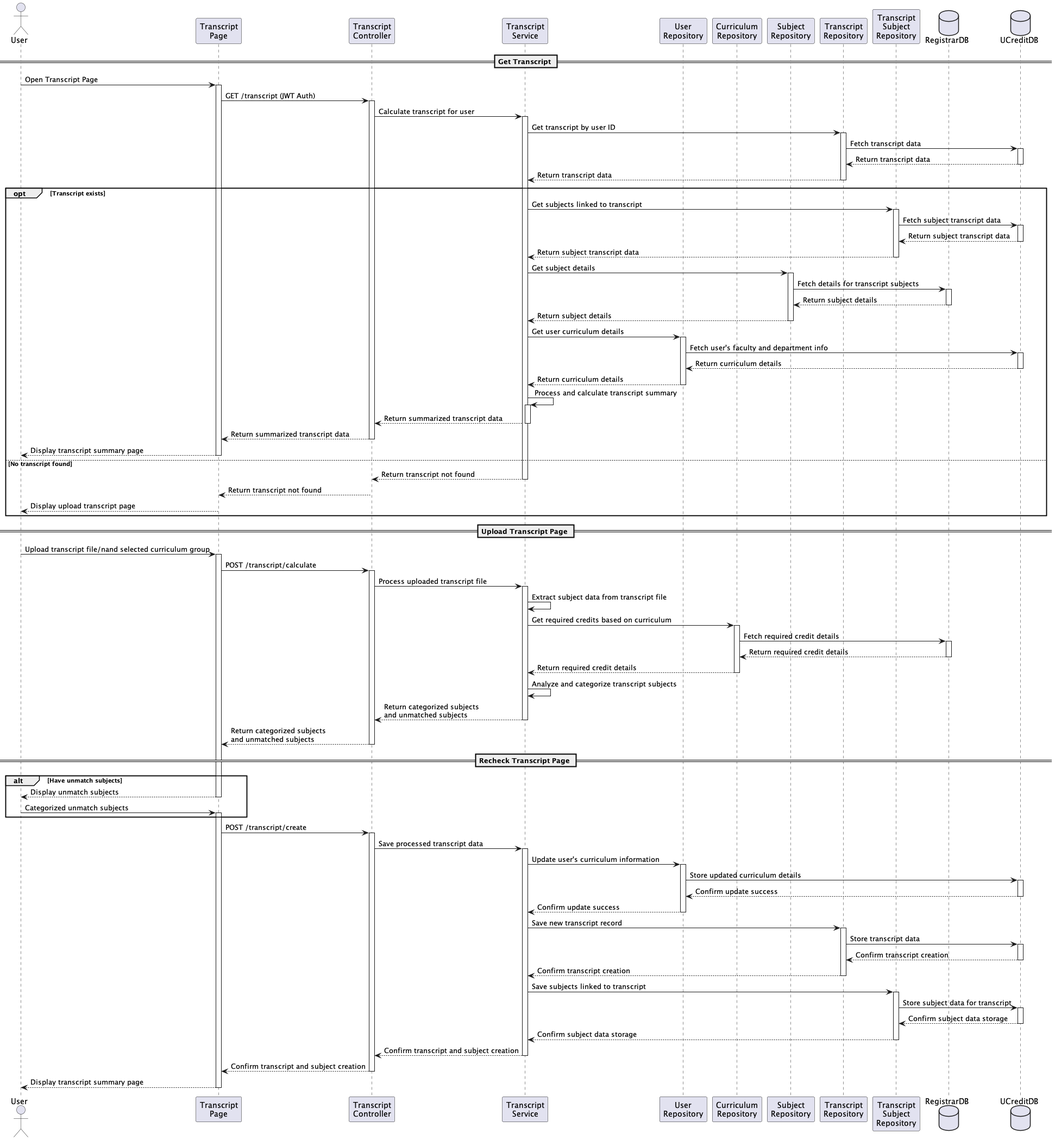
Above: out/diagram/transcript-page-sequence-component/Transcript Page.png in u-credit/solution (PlantUML), before the change.
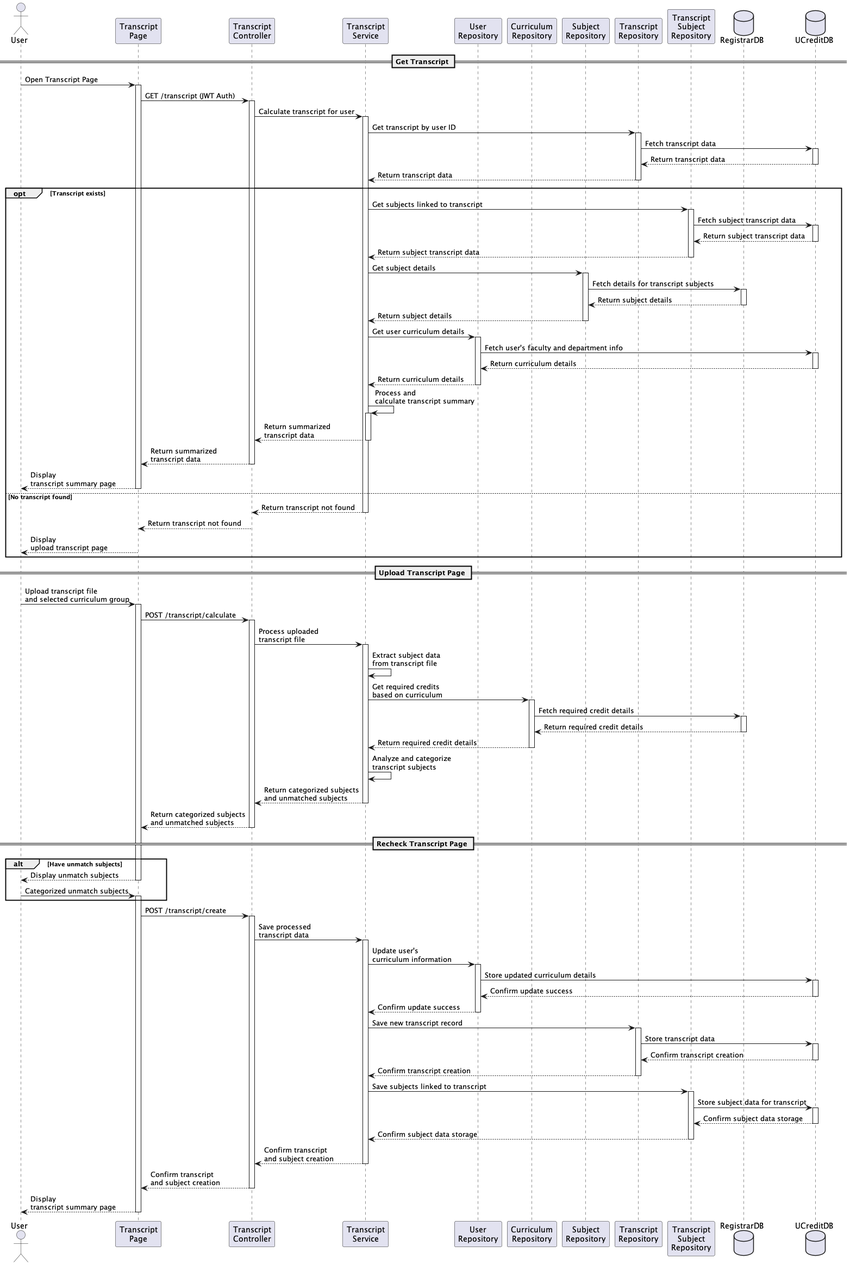
After the commit.

Commit message:
Reword transcript sequence

Diff of the diagram source:
```diff
@@ -36,28 +36,28 @@
     Ucredit --> UserRepository -- : Return curriculum details
     UserRepository --> Service -- : Return curriculum details
 
-    Service -> Service ++ : Process and calculate transcript summary
-    Service --> Controller -- : Return summarized transcript data
-    Controller --> Frontend -- : Return summarized transcript data
-    Frontend --> User -- : Display transcript summary page
+    Service -> Service ++ : Process and\ncalculate transcript summary
+    Service --> Controller -- : Return summarized\ntranscript data
+    Controller --> Frontend -- : Return summarized\ntranscript data
+    Frontend --> User -- : Display\ntranscript summary page
 else No transcript found
     Service --> Controller -- : Return transcript not found
     Controller --> Frontend -- : Return transcript not found
-    Frontend --> User -- : Display upload transcript page
+    Frontend --> User -- : Display\nupload transcript page
 end
 
 == Upload Transcript Page ==
-User -> Frontend ++ : Upload transcript file/nand selected curriculum group
+User -> Frontend ++ : Upload transcript file\nand selected curriculum group
 Frontend -> Controller ++ : POST /transcript/calculate
-Controller -> Service ++ : Process uploaded transcript file
-Service -> Service : Extract subject data from transcript file
+Controller -> Service ++ : Process uploaded\ntranscript file
+Service -> Service : Extract subject data\nfrom transcript file
 
-Service -> CurriculumRepository ++ : Get required credits based on curriculum
+Service -> CurriculumRepository ++ : Get required credits\nbased on curriculum
 CurriculumRepository -> Reg ++ : Fetch required credit details
 Reg --> CurriculumRepository -- : Return required credit details
 CurriculumRepository --> Service -- : Return required credit details
 
-Service -> Service : Analyze and categorize transcript subjects
+Service -> Service : Analyze and categorize\ntranscript subjects
 Service --> Controller -- : Return categorized subjects\nand unmatched subjects
 Controller --> Frontend -- : Return categorized subjects\nand unmatched subjects
 
@@ -68,8 +68,8 @@
 end
 
 Frontend -> Controller ++ : POST /transcript/create
-Controller -> Service ++ : Save processed transcript data
-Service -> UserRepository ++ : Update user's curriculum information
+Controller -> Service ++ : Save processed\ntranscript data
+Service -> UserRepository ++ : Update user's\ncurriculum information
 UserRepository -> Ucredit ++ : Store updated curriculum details
 Ucredit --> UserRepository -- : Confirm update success
 UserRepository --> Service -- : Confirm update success
@@ -84,8 +84,8 @@
 Ucredit --> TranscriptSubjectRepository -- : Confirm subject data storage
 TranscriptSubjectRepository --> Service -- : Confirm subject data storage
 
-Service --> Controller -- : Confirm transcript and subject creation
-Controller --> Frontend -- : Confirm transcript and subject creation
-Frontend --> User -- : Display transcript summary page
+Service --> Controller -- : Confirm transcript\nand subject creation
+Controller --> Frontend -- : Confirm transcript\nand subject creation
+Frontend --> User -- : Display\ntranscript summary page
 
 @enduml
```
